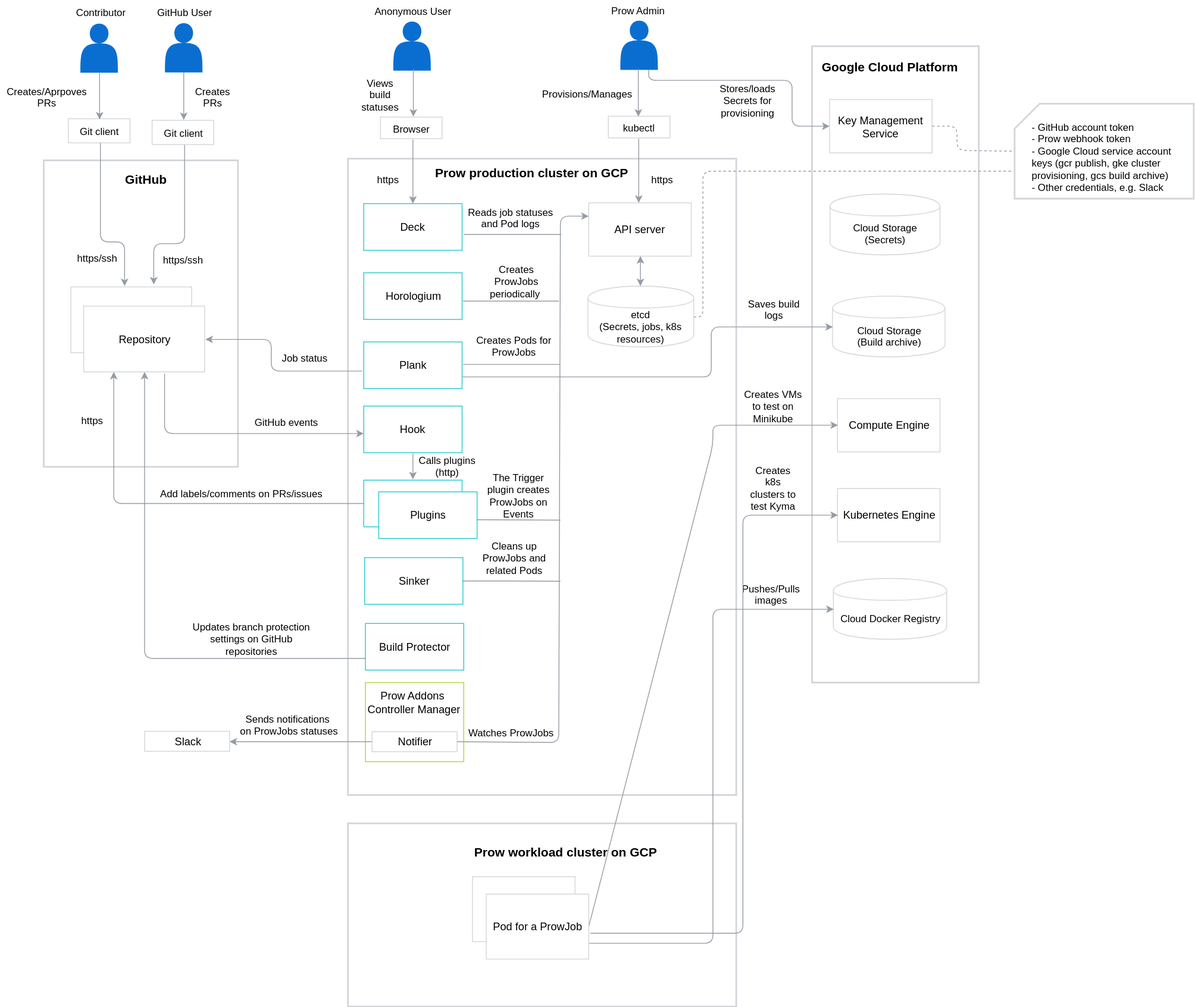
kyma-project/test-infra keeps this draw.io diagram as docs/prow/assets/prow-architecture.svg. Above is the earlier version. Source tidied: cells renumbered, new cells last; positions are measured from the earlier drawing's top-left corner, leaving out a move shared by most shapes.
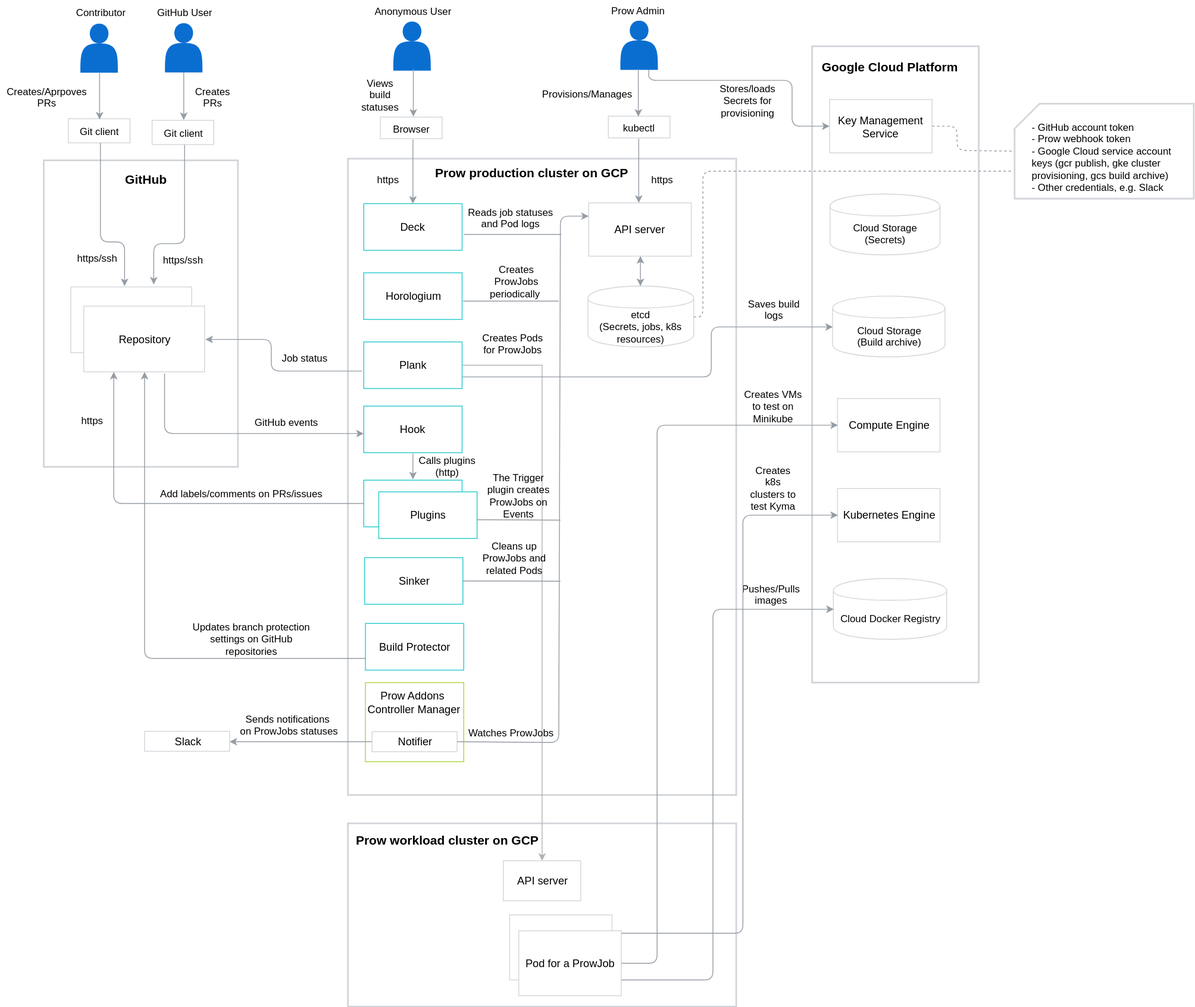
The same diagram one commit later.

Commit message:
Fine tunes the architecture diagram

What changed in the source:
```diff
@@ -75,6 +75,13 @@
     <mxCell id="20" value="&lt;font style=&quot;font-size: 13px&quot;&gt;Horologium&lt;/font&gt;" style="rounded=0;whiteSpace=wrap;html=1;strokeColor=#24CACC;strokeWidth=1;" parent="1" vertex="1">
       <mxGeometry x="436" y="326" width="118" height="56" as="geometry" />
     </mxCell>
+    <mxCell id="102" style="edgeStyle=orthogonalEdgeStyle;rounded=0;jettySize=auto;html=1;exitX=1;exitY=0.5;exitDx=0;exitDy=0;entryX=0.5;entryY=0;entryDx=0;entryDy=0;strokeColor=#B3B3B3;" parent="1" edge="1" source="21" target="103">
+      <mxGeometry relative="1" as="geometry">
+        <Array as="points">
+          <mxPoint x="650" y="437" />
+        </Array>
+      </mxGeometry>
+    </mxCell>
     <mxCell id="21" value="&lt;font style=&quot;font-size: 13px&quot;&gt;Plank&lt;/font&gt;" style="rounded=0;whiteSpace=wrap;html=1;strokeColor=#24CACC;strokeWidth=1;" parent="1" vertex="1">
       <mxGeometry x="436" y="409" width="118" height="56" as="geometry" />
     </mxCell>
@@ -189,12 +196,6 @@
         <mxPoint x="670" y="360" as="targetPoint" />
       </mxGeometry>
     </mxCell>
-    <mxCell id="49" style="endArrow=none;html=1;strokeColor=#959CA4;" parent="1" edge="1">
-      <mxGeometry relative="1" as="geometry">
-        <mxPoint x="555" y="436" as="sourcePoint" />
-        <mxPoint x="671" y="436" as="targetPoint" />
-      </mxGeometry>
-    </mxCell>
     <mxCell id="50" style="endArrow=none;html=1;strokeColor=#959CA4;" parent="1" edge="1">
       <mxGeometry relative="1" as="geometry">
         <mxPoint x="572" y="622.5" as="sourcePoint" />
@@ -217,7 +218,7 @@
       <mxGeometry x="574" y="656.5" width="86" height="20" as="geometry" />
     </mxCell>
     <mxCell id="55" value="Creates Pods for ProwJobs" style="text;html=1;strokeColor=none;fillColor=none;align=center;verticalAlign=middle;whiteSpace=wrap;rounded=0;" parent="1" vertex="1">
-      <mxGeometry x="569" y="396" width="95" height="35" as="geometry" />
+      <mxGeometry x="569" y="396" width="92" height="29" as="geometry" />
     </mxCell>
     <mxCell id="56" value="Creates ProwJobs periodically&amp;nbsp;" style="text;html=1;strokeColor=none;fillColor=none;align=center;verticalAlign=middle;whiteSpace=wrap;rounded=0;" parent="1" vertex="1">
       <mxGeometry x="572" y="317" width="95" height="35" as="geometry" />
@@ -300,7 +301,7 @@
     </mxCell>
     <mxCell id="77" style="endArrow=classic;html=1;strokeColor=#959CA4;entryX=0;entryY=0.5;" parent="1" edge="1" target="64">
       <mxGeometry relative="1" as="geometry">
-        <mxPoint x="708" y="1119" as="sourcePoint" />
+        <mxPoint x="700" y="1119" as="sourcePoint" />
         <Array as="points">
           <mxPoint x="891" y="1119" />
           <mxPoint x="891" y="617" />
@@ -392,29 +393,32 @@
       <mxGeometry x="285.5" y="849" width="123" height="45" as="geometry" />
     </mxCell>
     <mxCell id="97" value="&lt;b&gt;&lt;font style=&quot;font-size: 15px&quot;&gt;Prow workload cluster on GCP&lt;/font&gt;&lt;/b&gt;" style="text;html=1;" parent="1" vertex="1">
-      <mxGeometry x="566.5" y="1006" width="176" height="28" as="geometry" />
+      <mxGeometry x="425" y="992" width="176" height="28" as="geometry" />
     </mxCell>
     <mxCell id="98" style="endArrow=classic;html=1;strokeColor=#959CA4;exitX=1;exitY=0.5;entryX=0;entryY=0.5;" parent="1" edge="1" source="101" target="63">
       <mxGeometry relative="1" as="geometry">
         <Array as="points">
-          <mxPoint x="855" y="533" />
-          <mxPoint x="855" y="509" />
+          <mxPoint x="788" y="1155" />
+          <mxPoint x="788" y="509" />
         </Array>
       </mxGeometry>
     </mxCell>
     <mxCell id="99" style="endArrow=classic;html=1;strokeColor=#959CA4;exitX=1;exitY=0.75;entryX=0;entryY=0.5;" parent="1" edge="1" source="101" target="65">
       <mxGeometry relative="1" as="geometry">
         <Array as="points">
-          <mxPoint x="855" y="1131" />
+          <mxPoint x="855" y="1175" />
           <mxPoint x="855" y="730" />
         </Array>
       </mxGeometry>
     </mxCell>
     <mxCell id="100" style="rounded=0;whiteSpace=wrap;html=1;strokeColor=#D2D5D9;strokeWidth=1;" parent="1" vertex="1">
-      <mxGeometry x="566.5" y="1051" width="123" height="78" as="geometry" />
+      <mxGeometry x="611" y="1097" width="123" height="78" as="geometry" />
     </mxCell>
     <mxCell id="101" value="&lt;font style=&quot;font-size: 13px&quot;&gt;Pod for a ProwJob&lt;/font&gt;" style="rounded=0;whiteSpace=wrap;html=1;strokeColor=#D2D5D9;strokeWidth=1;" parent="1" vertex="1">
-      <mxGeometry x="583" y="1072" width="123" height="78" as="geometry" />
+      <mxGeometry x="622" y="1116" width="123" height="78" as="geometry" />
     </mxCell>
+    <mxCell id="103" value="&lt;font style=&quot;font-size: 13px&quot;&gt;API server&lt;/font&gt;" style="rounded=0;whiteSpace=wrap;html=1;strokeColor=#D2D5D9;strokeWidth=1;" parent="1" vertex="1">
+      <mxGeometry x="603.5" y="1032" width="93" height="48" as="geometry" />
+    </mxCell>
   </root>
 </mxGraphModel>
```
